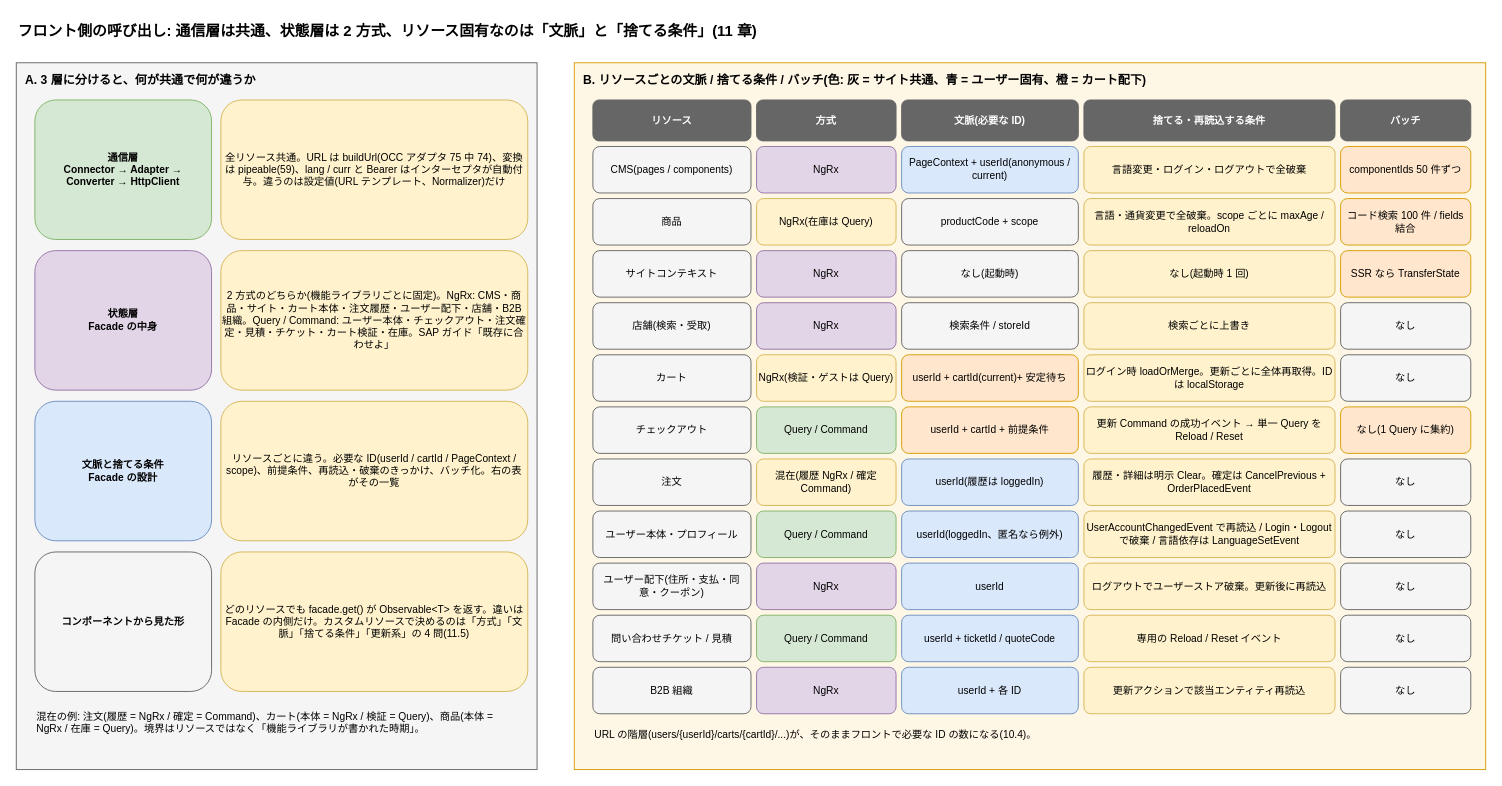
This is page "08 リソースごとの呼び出し方法の違い" (8 of 13) of docs/diagrams/spartacus-architecture.drawio from kazumasamatsumoto/spartacus-architecture-notes, a draw.io file, before an edit. Source tidied: cells renumbered, new cells numbered last; positions are measured from the earlier drawing's top-left corner, leaving out a move shared by most shapes. Both pictures are drawn from the tidied source at 93%, with x=0, y=0 at pixel (16, 16).
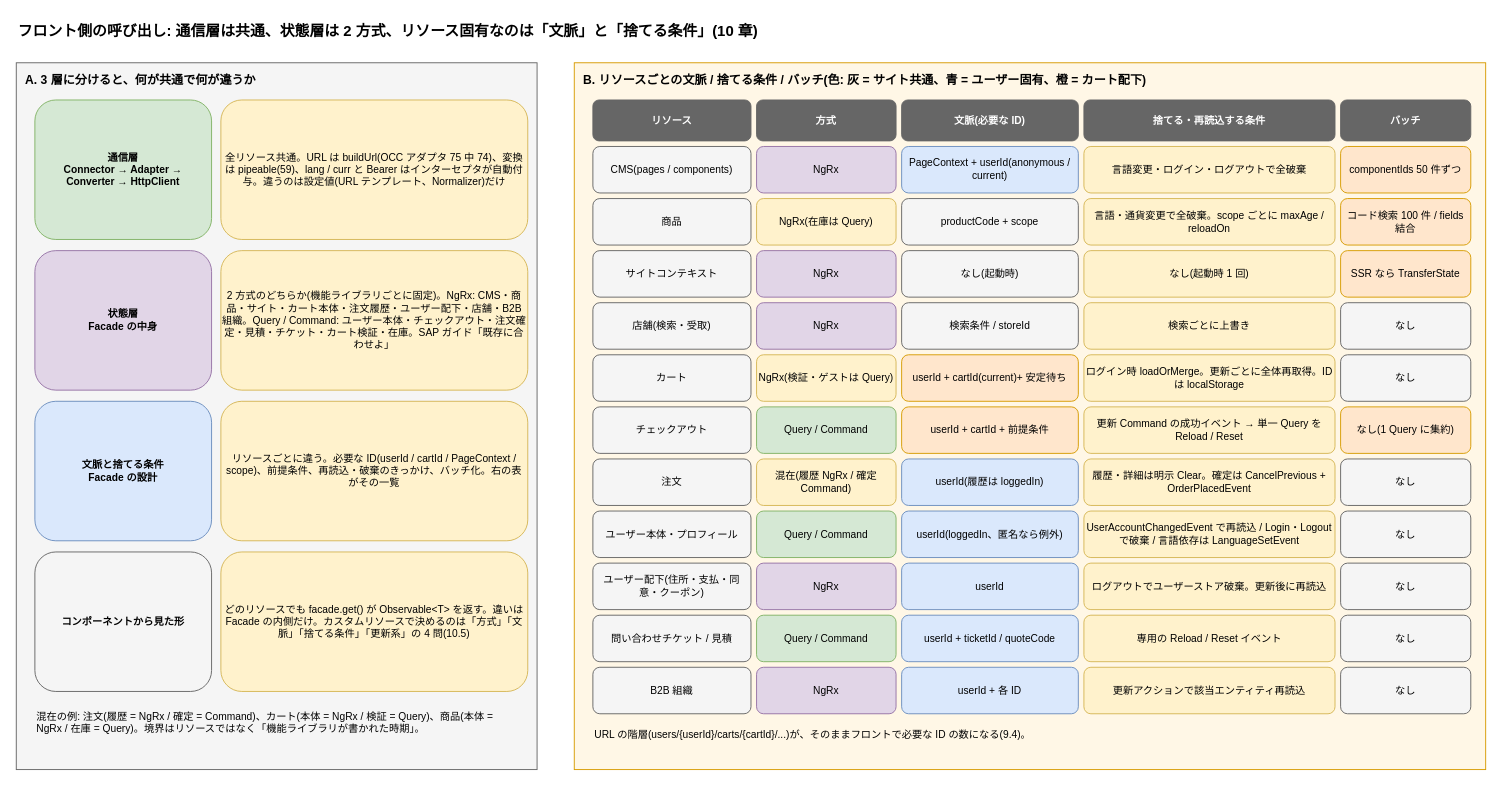
The same page after the edit.

The edit, as a diff of the source:
```diff
@@
-    <mxCell id="2" value="フロント側の呼び出し: 通信層は共通、状態層は 2 方式、リソース固有なのは「文脈」と「捨てる条件」(11 章)" style="text;html=1;whiteSpace=wrap;align=left;verticalAlign=top;fontSize=16;fontStyle=1;" parent="1" vertex="1">
+    <mxCell id="2" value="フロント側の呼び出し: 通信層は共通、状態層は 2 方式、リソース固有なのは「文脈」と「捨てる条件」(10 章)" style="text;html=1;whiteSpace=wrap;align=left;verticalAlign=top;fontSize=16;fontStyle=1;" parent="1" vertex="1">
       <mxGeometry width="1500" height="30" as="geometry" />
     </mxCell>
@@
-    <mxCell id="11" value="どのリソースでも facade.get() が Observable&amp;lt;T&amp;gt; を返す。違いは Facade の内側だけ。カスタムリソースで決めるのは「方式」「文脈」「捨てる条件」「更新系」の 4 問(11.5)" style="rounded=1;whiteSpace=wrap;html=1;fillColor=#fff2cc;strokeColor=#d6b656;fontSize=11;align=center;verticalAlign=middle;" parent="1" vertex="1">
+    <mxCell id="11" value="どのリソースでも facade.get() が Observable&amp;lt;T&amp;gt; を返す。違いは Facade の内側だけ。カスタムリソースで決めるのは「方式」「文脈」「捨てる条件」「更新系」の 4 問(10.5)" style="rounded=1;whiteSpace=wrap;html=1;fillColor=#fff2cc;strokeColor=#d6b656;fontSize=11;align=center;verticalAlign=middle;" parent="1" vertex="1">
       <mxGeometry x="220" y="576" width="330" height="150" as="geometry" />
     </mxCell>
@@
-    <mxCell id="74" value="URL の階層(users/{userId}/carts/{cartId}/...)が、そのままフロントで必要な ID の数になる(10.4)。" style="text;html=1;whiteSpace=wrap;align=left;verticalAlign=top;fontSize=11;" parent="1" vertex="1">
+    <mxCell id="74" value="URL の階層(users/{userId}/carts/{cartId}/...)が、そのままフロントで必要な ID の数になる(9.4)。" style="text;html=1;whiteSpace=wrap;align=left;verticalAlign=top;fontSize=11;" parent="1" vertex="1">
       <mxGeometry x="620" y="760" width="940" height="30" as="geometry" />
     </mxCell>
```
